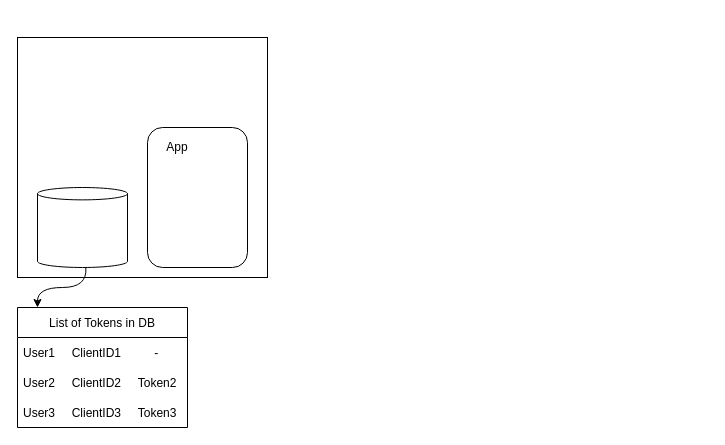
developer-onizuka/Diagrams keeps this draw.io diagram as OAuth2.0_Authorization/OAuth2.0_ClientCredentialsFlow.drawio. Above is the earlier version. Source tidied: cells renumbered, new cells numbered last; positions are measured from the earlier drawing's top-left corner, leaving out a move shared by most shapes. Both pictures are drawn from the tidied source at 100%, with x=0, y=0 at pixel (17, 37).
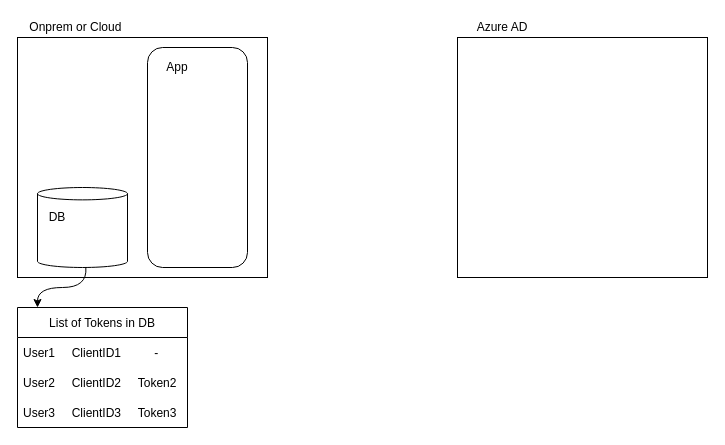
The same diagram, later.

The edit, as a diff of the source:
```diff
@@
 <mxGraphModel>
   <root>
     <mxCell id="0" />
     <mxCell id="1" parent="0" />
     <mxCell id="2" style="rounded=0;whiteSpace=wrap;html=1;" parent="1" vertex="1">
       <mxGeometry width="250" height="240" as="geometry" />
     </mxCell>
     <mxCell id="3" style="rounded=1;whiteSpace=wrap;html=1;" parent="1" vertex="1">
-      <mxGeometry x="130" y="90" width="100" height="140" as="geometry" />
+      <mxGeometry x="130" y="10" width="100" height="220" as="geometry" />
     </mxCell>
     <mxCell id="4" value="App" style="text;html=1;strokeColor=none;fillColor=none;align=center;verticalAlign=middle;whiteSpace=wrap;rounded=0;" parent="1" vertex="1">
-      <mxGeometry x="140" y="100" width="40" height="20" as="geometry" />
+      <mxGeometry x="140" y="20" width="40" height="20" as="geometry" />
     </mxCell>
     <mxCell id="5" style="shape=cylinder3;whiteSpace=wrap;html=1;boundedLbl=1;backgroundOutline=1;size=6.182502746582031;" parent="1" vertex="1">
       <mxGeometry x="20" y="150" width="90" height="80" as="geometry" />
     </mxCell>
     <mxCell id="6" value="List of Tokens in DB" style="swimlane;fontStyle=0;horizontal=1;startSize=30;" parent="1" vertex="1">
       <mxGeometry y="270" width="170" height="120" as="geometry" />
     </mxCell>
     <mxCell id="7" value="User1     ClientID1          -" style="text;strokeColor=none;fillColor=none;align=left;verticalAlign=middle;spacingLeft=4;spacingRight=4;overflow=hidden;points=[[0,0.5],[1,0.5]];portConstraint=eastwest;" parent="6" vertex="1">
       <mxGeometry y="30" width="170" height="30" as="geometry" />
     </mxCell>
     <mxCell id="8" value="User2     ClientID2     Token2" style="text;strokeColor=none;fillColor=none;align=left;verticalAlign=middle;spacingLeft=4;spacingRight=4;overflow=hidden;" parent="6" vertex="1">
       <mxGeometry y="60" width="170" height="30" as="geometry" />
     </mxCell>
     <mxCell id="9" value="User3     ClientID3     Token3" style="text;strokeColor=none;fillColor=none;align=left;verticalAlign=middle;spacingLeft=4;spacingRight=4;overflow=hidden;" parent="6" vertex="1">
       <mxGeometry y="90" width="170" height="30" as="geometry" />
     </mxCell>
     <mxCell id="10" style="edgeStyle=orthogonalEdgeStyle;rounded=0;orthogonalLoop=1;jettySize=auto;html=1;exitX=1;exitY=0.5;exitDx=0;exitDy=0;" parent="6" edge="1" source="7" target="7">
       <mxGeometry relative="1" as="geometry" />
     </mxCell>
     <mxCell id="11" style="curved=1;endArrow=classic;html=1;rounded=0;" parent="1" edge="1" source="5" target="6">
       <mxGeometry relative="1" as="geometry">
         <Array as="points">
           <mxPoint x="70" y="250" />
           <mxPoint x="20" y="250" />
           <mxPoint x="20" y="270" />
         </Array>
       </mxGeometry>
     </mxCell>
+    <mxCell id="12" value="DB" style="text;html=1;strokeColor=none;fillColor=none;align=center;verticalAlign=middle;whiteSpace=wrap;rounded=0;" parent="1" vertex="1">
+      <mxGeometry x="20" y="170" width="40" height="20" as="geometry" />
+    </mxCell>
+    <mxCell id="13" value="Onprem or Cloud&amp;nbsp;" style="text;html=1;strokeColor=none;fillColor=none;align=center;verticalAlign=middle;whiteSpace=wrap;rounded=0;" parent="1" vertex="1">
+      <mxGeometry y="-20" width="120" height="20" as="geometry" />
+    </mxCell>
+    <mxCell id="14" style="rounded=0;whiteSpace=wrap;html=1;" parent="1" vertex="1">
+      <mxGeometry x="440" width="250" height="240" as="geometry" />
+    </mxCell>
+    <mxCell id="15" value="Azure AD" style="text;html=1;strokeColor=none;fillColor=none;align=center;verticalAlign=middle;whiteSpace=wrap;rounded=0;" parent="1" vertex="1">
+      <mxGeometry x="440" y="-20" width="90" height="20" as="geometry" />
+    </mxCell>
   </root>
 </mxGraphModel>
```
